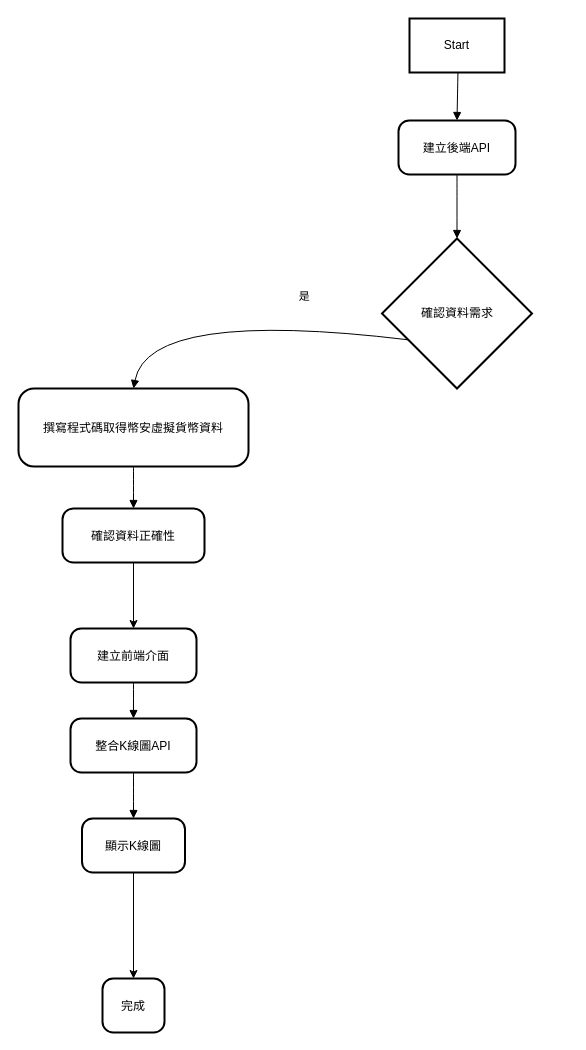
The draw.io diagram 專題流程圖.drawio in C109118214/AICourseORed, before the edit. Source tidied: cells renumbered, new cells numbered last; positions are measured from the earlier drawing's top-left corner, leaving out a move shared by most shapes. Both pictures are drawn from the tidied source at 100%, with x=0, y=0 at pixel (18, 18).
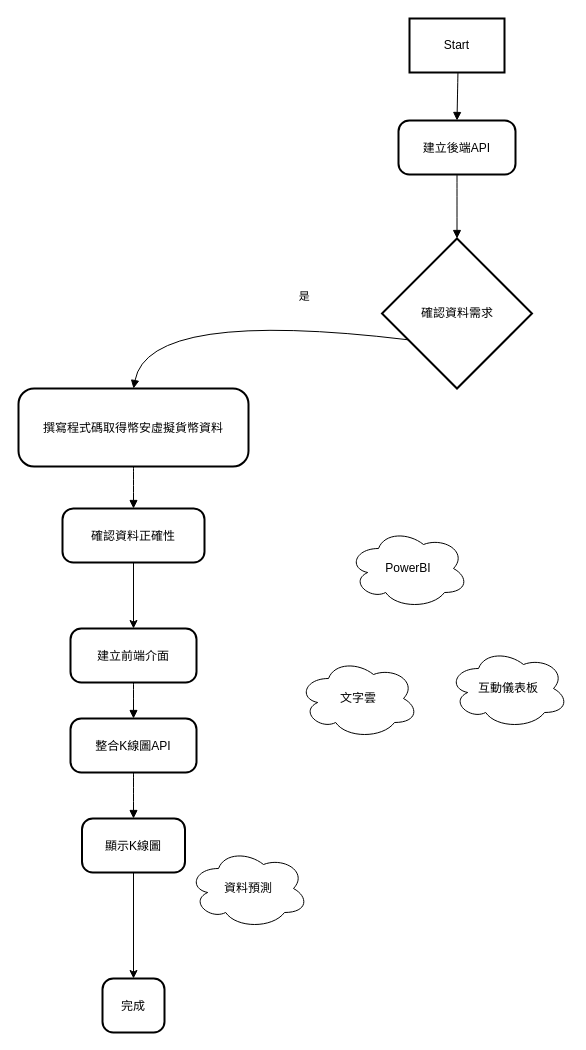
After the change.

Commit message:
更新專題流程圖.drawio

What changed in the source:
```diff
@@
+    <mxCell id="19" value="文字雲" style="ellipse;shape=cloud;whiteSpace=wrap;html=1;" parent="1" vertex="1">
+      <mxGeometry x="280" y="640" width="120" height="80" as="geometry" />
+    </mxCell>
+    <mxCell id="20" value="PowerBI" style="ellipse;shape=cloud;whiteSpace=wrap;html=1;" parent="1" vertex="1">
+      <mxGeometry x="330" y="510" width="120" height="80" as="geometry" />
+    </mxCell>
+    <mxCell id="21" value="資料預測" style="ellipse;shape=cloud;whiteSpace=wrap;html=1;" parent="1" vertex="1">
+      <mxGeometry x="170" y="830" width="120" height="80" as="geometry" />
+    </mxCell>
+    <mxCell id="22" value="互動儀表板" style="ellipse;shape=cloud;whiteSpace=wrap;html=1;" parent="1" vertex="1">
+      <mxGeometry x="430" y="630" width="120" height="80" as="geometry" />
+    </mxCell>
```
